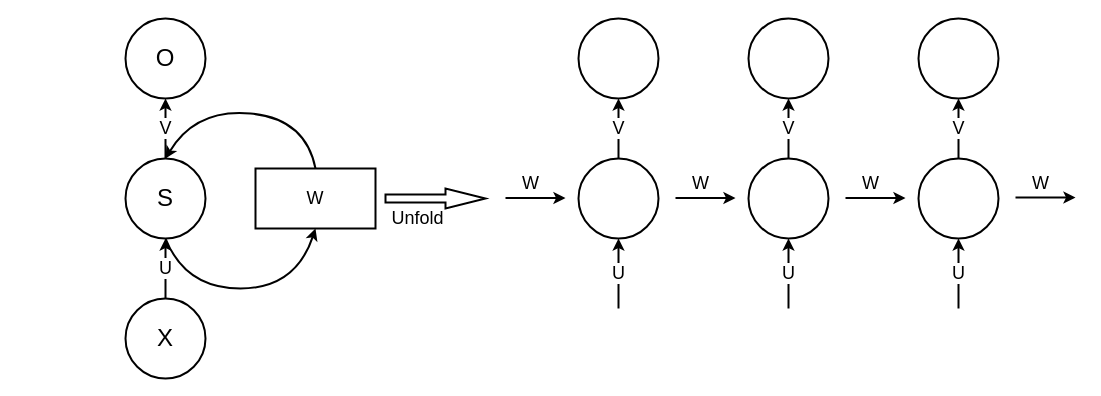
Before: 循环神经网络结构图.drawio in yy-0818/blog-img, a draw.io diagram. Source tidied: cells renumbered, new cells numbered last; positions are measured from the earlier drawing's top-left corner, leaving out a move shared by most shapes. Both pictures are drawn from the tidied source at 100%, with x=0, y=0 at pixel (125, 18).
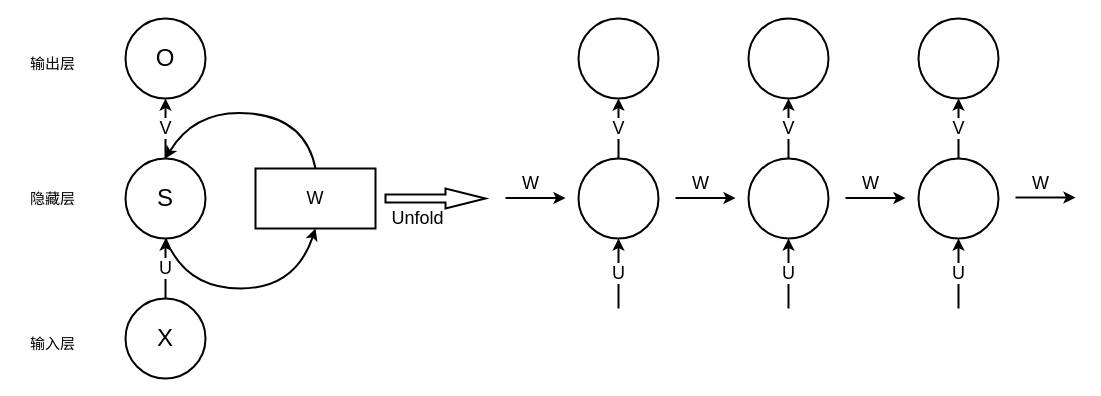
Above is the later version.

Commit message:
更新循环神经网络结构图.drawio

Change to the diagram source:
```diff
@@
+    <mxCell id="32" value="输出层" style="text;html=1;align=center;verticalAlign=middle;strokeColor=none;fillColor=none;fontSize=15;" parent="1" vertex="1">
+      <mxGeometry x="-108" y="30" width="70" height="30" as="geometry" />
+    </mxCell>
+    <mxCell id="33" value="隐藏层" style="text;html=1;align=center;verticalAlign=middle;strokeColor=none;fillColor=none;fontSize=15;" parent="1" vertex="1">
+      <mxGeometry x="-108" y="165" width="70" height="30" as="geometry" />
+    </mxCell>
+    <mxCell id="34" value="输入层" style="text;html=1;align=center;verticalAlign=middle;strokeColor=none;fillColor=none;fontSize=15;" parent="1" vertex="1">
+      <mxGeometry x="-108" y="310" width="70" height="30" as="geometry" />
+    </mxCell>
```
